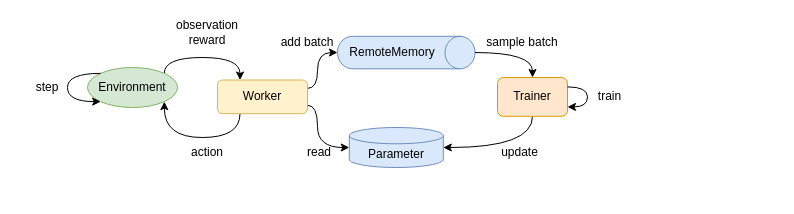
pocokhc/simple_distributed_rl keeps this draw.io diagram as page "sequence" (1 of 4) of diagrams/overview.drawio. Above is the earlier version. Source tidied: cells renumbered, new cells numbered last; positions are measured from the earlier drawing's top-left corner, leaving out a move shared by most shapes. Both pictures are drawn from the tidied source at 100%, with x=0, y=0 at pixel (17, -17).
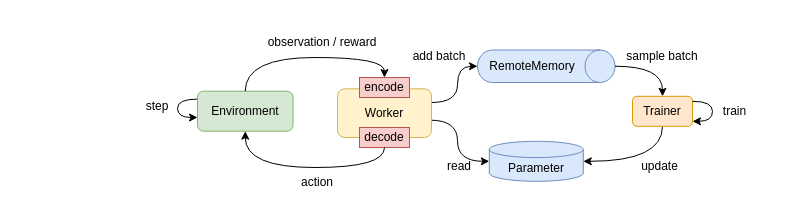
The same diagram, later.

Unchanged cells that the change refers to:
```xml
<mxCell id="16" style="shape=cylinder3;whiteSpace=wrap;html=1;boundedLbl=1;backgroundOutline=1;size=15;rotation=90;fillColor=#dae8fc;strokeColor=#6c8ebf;" parent="15" vertex="1">
  <mxGeometry x="52.5" y="-52.5" width="32.5" height="137.5" as="geometry" />
</mxCell>
```

Change to the diagram source:
```diff
@@
-    <mxCell id="2" style="edgeStyle=orthogonalEdgeStyle;curved=1;rounded=0;jettySize=auto;html=1;exitX=1;exitY=0;exitDx=0;exitDy=0;entryX=0.25;entryY=0;entryDx=0;entryDy=0;" parent="1" edge="1" source="3" target="12">
-      <mxGeometry relative="1" as="geometry">
-        <Array as="points">
-          <mxPoint x="147" y="74" />
-          <mxPoint x="223" y="74" />
-        </Array>
-      </mxGeometry>
-    </mxCell>
-    <mxCell id="3" value="Environment" style="ellipse;whiteSpace=wrap;html=1;fillColor=#d5e8d4;strokeColor=#82b366;" parent="1" vertex="1">
-      <mxGeometry x="70" y="84" width="90" height="40" as="geometry" />
-    </mxCell>
-    <mxCell id="4" style="edgeStyle=orthogonalEdgeStyle;curved=1;rounded=0;jettySize=auto;html=1;exitX=0;exitY=0.5;exitDx=0;exitDy=0;exitPerimeter=0;entryX=1;entryY=0.75;entryDx=0;entryDy=0;endArrow=none;endFill=0;startArrow=classic;startFill=1;" parent="1" edge="1" source="5" target="12">
+    <mxCell id="4" style="edgeStyle=orthogonalEdgeStyle;curved=1;rounded=0;jettySize=auto;html=1;exitX=0;exitY=0.5;exitDx=0;exitDy=0;exitPerimeter=0;entryX=0.986;entryY=0.644;entryDx=0;entryDy=0;endArrow=none;endFill=0;startArrow=classic;startFill=1;entryPerimeter=0;" parent="1" edge="1" source="5" target="12">
       <mxGeometry relative="1" as="geometry">
         <Array as="points">
-          <mxPoint x="300" y="164" />
-          <mxPoint x="300" y="122" />
+          <mxPoint x="440" y="178" />
+          <mxPoint x="440" y="137" />
         </Array>
       </mxGeometry>
     </mxCell>
     <mxCell id="5" value="Parameter" style="shape=cylinder3;whiteSpace=wrap;html=1;boundedLbl=1;backgroundOutline=1;size=8.142857142857167;fillColor=#dae8fc;strokeColor=#6c8ebf;" parent="1" vertex="1">
-      <mxGeometry x="331.8" y="144" width="94" height="40" as="geometry" />
+      <mxGeometry x="471.8" y="157.8" width="94" height="40" as="geometry" />
     </mxCell>
@@
     <mxCell id="7" value="Trainer" style="rounded=1;whiteSpace=wrap;html=1;fillColor=#ffe6cc;strokeColor=#d79b00;" parent="1" vertex="1">
-      <mxGeometry x="480" y="94" width="70" height="38.8" as="geometry" />
+      <mxGeometry x="615" y="112.8" width="60" height="30" as="geometry" />
     </mxCell>
-    <mxCell id="8" style="edgeStyle=orthogonalEdgeStyle;rounded=0;orthogonalLoop=1;jettySize=auto;html=1;curved=1;exitX=0;exitY=0;exitDx=0;exitDy=0;entryX=0;entryY=1;entryDx=0;entryDy=0;" parent="1" edge="1" source="3" target="3">
+    <mxCell id="8" style="edgeStyle=orthogonalEdgeStyle;rounded=0;orthogonalLoop=1;jettySize=auto;html=1;curved=1;exitX=0;exitY=0;exitDx=0;exitDy=0;" parent="1" edge="1">
       <mxGeometry relative="1" as="geometry">
+        <mxPoint x="180" y="115.6" as="sourcePoint" />
+        <mxPoint x="180" y="134" as="targetPoint" />
         <Array as="points">
-          <mxPoint x="50" y="90" />
-          <mxPoint x="50" y="118" />
+          <mxPoint x="160" y="116" />
+          <mxPoint x="160" y="134" />
         </Array>
       </mxGeometry>
     </mxCell>
     <mxCell id="9" value="step" style="text;html=1;strokeColor=none;fillColor=none;align=center;verticalAlign=middle;whiteSpace=wrap;rounded=0;" parent="1" vertex="1">
-      <mxGeometry y="89" width="60" height="30" as="geometry" />
+      <mxGeometry x="110" y="107.7" width="60" height="30" as="geometry" />
     </mxCell>
-    <mxCell id="10" style="edgeStyle=orthogonalEdgeStyle;curved=1;rounded=0;jettySize=auto;html=1;exitX=0.25;exitY=1;exitDx=0;exitDy=0;entryX=1;entryY=1;entryDx=0;entryDy=0;" parent="1" edge="1" source="12" target="3">
-      <mxGeometry relative="1" as="geometry">
-        <Array as="points">
-          <mxPoint x="223" y="154" />
-          <mxPoint x="147" y="154" />
-        </Array>
-      </mxGeometry>
-    </mxCell>
-    <mxCell id="11" style="edgeStyle=orthogonalEdgeStyle;curved=1;rounded=0;jettySize=auto;html=1;exitX=1;exitY=0.25;exitDx=0;exitDy=0;entryX=0.5;entryY=1;entryDx=0;entryDy=0;entryPerimeter=0;" parent="1" edge="1" source="12" target="16">
+    <mxCell id="11" style="edgeStyle=orthogonalEdgeStyle;curved=1;rounded=0;jettySize=auto;html=1;entryX=0.5;entryY=1;entryDx=0;entryDy=0;entryPerimeter=0;" parent="1" edge="1" source="12" target="16">
       <mxGeometry relative="1" as="geometry">
         <Array as="points">
-          <mxPoint x="300" y="105" />
-          <mxPoint x="300" y="69" />
+          <mxPoint x="440" y="119" />
+          <mxPoint x="440" y="83" />
         </Array>
       </mxGeometry>
     </mxCell>
     <mxCell id="12" value="Worker" style="rounded=1;whiteSpace=wrap;html=1;fillColor=#fff2cc;strokeColor=#d6b656;" parent="1" vertex="1">
-      <mxGeometry x="200" y="96.5" width="90" height="33.7" as="geometry" />
+      <mxGeometry x="320" y="105.3" width="94" height="48.7" as="geometry" />
     </mxCell>
-    <mxCell id="13" value="observation&lt;br&gt;reward" style="text;html=1;strokeColor=none;fillColor=none;align=center;verticalAlign=middle;whiteSpace=wrap;rounded=0;" parent="1" vertex="1">
-      <mxGeometry x="160" y="34" width="60" height="30" as="geometry" />
+    <mxCell id="13" value="observation /&amp;nbsp;reward" style="text;html=1;strokeColor=none;fillColor=none;align=center;verticalAlign=middle;whiteSpace=wrap;rounded=0;" parent="1" vertex="1">
+      <mxGeometry x="240" y="44" width="130" height="30" as="geometry" />
     </mxCell>
     <mxCell id="14" value="action" style="text;html=1;strokeColor=none;fillColor=none;align=center;verticalAlign=middle;whiteSpace=wrap;rounded=0;" parent="1" vertex="1">
-      <mxGeometry x="160" y="154" width="60" height="30" as="geometry" />
+      <mxGeometry x="270" y="184" width="60" height="30" as="geometry" />
     </mxCell>
     <mxCell id="15" style="group;" parent="1" vertex="1">
-      <mxGeometry x="320" y="52.8" width="137.5" height="32.5" as="geometry" />
+      <mxGeometry x="460" y="66.5" width="137.5" height="32.5" as="geometry" />
     </mxCell>
@@
     <mxCell id="18" value="add batch" style="text;html=1;strokeColor=none;fillColor=none;align=center;verticalAlign=middle;whiteSpace=wrap;rounded=0;" parent="1" vertex="1">
-      <mxGeometry x="260" y="44" width="60" height="30" as="geometry" />
+      <mxGeometry x="392" y="57.8" width="60" height="30" as="geometry" />
     </mxCell>
@@
     <mxCell id="20" value="sample batch" style="text;html=1;strokeColor=none;fillColor=none;align=center;verticalAlign=middle;whiteSpace=wrap;rounded=0;" parent="1" vertex="1">
-      <mxGeometry x="460" y="44" width="90" height="30" as="geometry" />
+      <mxGeometry x="600" y="57.8" width="90" height="30" as="geometry" />
     </mxCell>
     <mxCell id="21" value="update" style="text;html=1;strokeColor=none;fillColor=none;align=center;verticalAlign=middle;whiteSpace=wrap;rounded=0;" parent="1" vertex="1">
-      <mxGeometry x="460" y="154" width="85" height="30" as="geometry" />
+      <mxGeometry x="600" y="167.8" width="85" height="30" as="geometry" />
     </mxCell>
     <mxCell id="22" value="read" style="text;html=1;strokeColor=none;fillColor=none;align=center;verticalAlign=middle;whiteSpace=wrap;rounded=0;" parent="1" vertex="1">
-      <mxGeometry x="271.8" y="154" width="60" height="30" as="geometry" />
+      <mxGeometry x="411.8" y="167.8" width="60" height="30" as="geometry" />
     </mxCell>
@@
     <mxCell id="24" value="train" style="text;html=1;strokeColor=none;fillColor=none;align=center;verticalAlign=middle;whiteSpace=wrap;rounded=0;" parent="1" vertex="1">
-      <mxGeometry x="550" y="98.4" width="85" height="30" as="geometry" />
+      <mxGeometry x="675" y="112.8" width="85" height="30" as="geometry" />
     </mxCell>
+    <mxCell id="3" value="Environment" style="rounded=1;whiteSpace=wrap;html=1;fillColor=#d5e8d4;strokeColor=#82b366;" parent="1" vertex="1">
+      <mxGeometry x="180" y="107.7" width="95.5" height="40" as="geometry" />
+    </mxCell>
+    <mxCell id="2" style="edgeStyle=orthogonalEdgeStyle;curved=1;rounded=0;jettySize=auto;html=1;exitX=0.5;exitY=0;exitDx=0;exitDy=0;entryX=0.5;entryY=0;entryDx=0;entryDy=0;" parent="1" edge="1" source="3" target="25">
+      <mxGeometry relative="1" as="geometry">
+        <Array as="points">
+          <mxPoint x="228" y="74" />
+          <mxPoint x="367" y="74" />
+        </Array>
+      </mxGeometry>
+    </mxCell>
+    <mxCell id="25" value="encode" style="rounded=0;whiteSpace=wrap;html=1;fillColor=#f8cecc;strokeColor=#b85450;" parent="1" vertex="1">
+      <mxGeometry x="342" y="94" width="50" height="20" as="geometry" />
+    </mxCell>
+    <mxCell id="26" value="decode" style="rounded=0;whiteSpace=wrap;html=1;fillColor=#f8cecc;strokeColor=#b85450;" parent="1" vertex="1">
+      <mxGeometry x="342" y="144" width="50" height="20" as="geometry" />
+    </mxCell>
+    <mxCell id="27" style="edgeStyle=orthogonalEdgeStyle;curved=1;rounded=0;jettySize=auto;html=1;exitX=0.5;exitY=1;exitDx=0;exitDy=0;entryX=0.5;entryY=1;entryDx=0;entryDy=0;" parent="1" edge="1" source="26" target="3">
+      <mxGeometry relative="1" as="geometry">
+        <Array as="points">
+          <mxPoint x="367" y="184" />
+          <mxPoint x="228" y="184" />
+        </Array>
+      </mxGeometry>
+    </mxCell>
```
